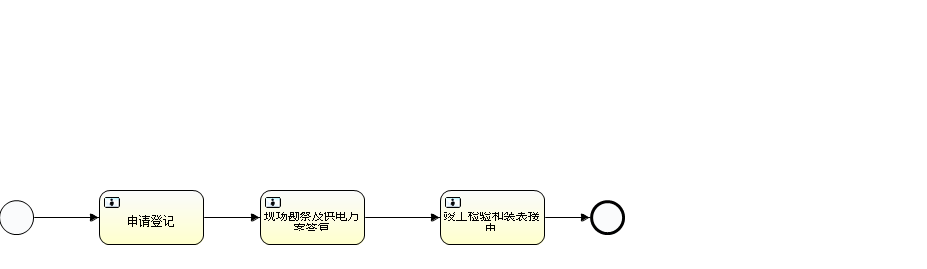
creSky/bem-server keeps this BPMN diagram as src/main/resources/processes/HighVoltageAddCapacity.png. Above is the earlier version. Its source is kept beside it as src/main/resources/processes/HighVoltageAddCapacity.bpmn. Ids are renumbered.
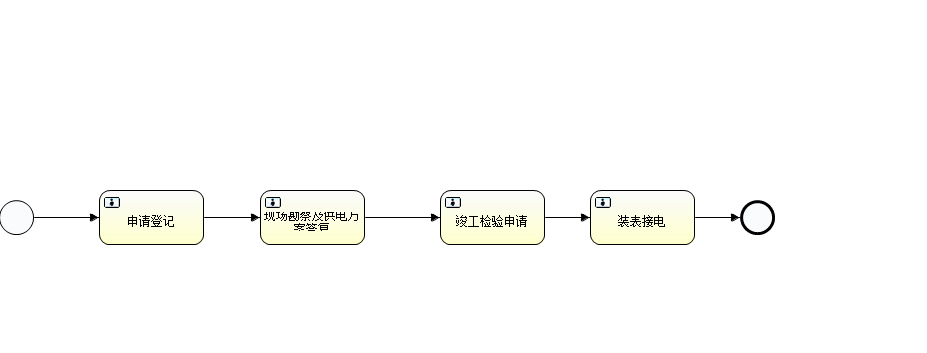
The same diagram one commit later.

What changed in the source:
```diff
@@ -1,14 +1,16 @@
 <definitions xmlns="http://www.omg.org/spec/BPMN/20100524/MODEL" xmlns:xsi="http://www.w3.org/2001/XMLSchema-instance" xmlns:activiti="http://activiti.org/bpmn" xmlns:bpmndi="http://www.omg.org/spec/BPMN/20100524/DI" xmlns:omgdc="http://www.omg.org/spec/DD/20100524/DC" xmlns:omgdi="http://www.omg.org/spec/DD/20100524/DI" xmlns:tns="http://www.activiti.org/HighVoltageNew" xmlns:xsd="http://www.w3.org/2001/XMLSchema" typeLanguage="http://www.w3.org/2001/XMLSchema" expressionLanguage="http://www.w3.org/1999/XPath" targetNamespace="http://www.activiti.org/HighVoltageNew">
-  <process id="HighVoltageAddCapacity" name="高压新装1.0" isExecutable="true" isClosed="false" processType="None">
+  <process id="HighVoltageAddCapacity" name="增容" isExecutable="true" isClosed="false" processType="None">
     <startEvent id="startevent1" name="开始"></startEvent>
     <userTask id="bem-f1-p1" name="申请登记" activiti:candidateGroups="10"></userTask>
     <sequenceFlow id="flow2" sourceRef="startevent1" targetRef="bem-f1-p1"></sequenceFlow>
     <userTask id="bem-f1-p19" name="现场勘察及供电方案答复" activiti:candidateGroups="10"></userTask>
     <sequenceFlow id="flow3" sourceRef="bem-f1-p1" targetRef="bem-f1-p19"></sequenceFlow>
-    <userTask id="bem-f1-p9" name="竣工检验和装表接电" activiti:candidateGroups="3"></userTask>
+    <userTask id="bem-f1-p9" name="竣工检验申请" activiti:candidateGroups="10"></userTask>
     <sequenceFlow id="flow4" sourceRef="bem-f1-p19" targetRef="bem-f1-p9"></sequenceFlow>
+    <userTask id="bem-f1-p23" name="装表接电" activiti:candidateGroups="10"></userTask>
+    <sequenceFlow id="flow5" sourceRef="bem-f1-p9" targetRef="bem-f1-p23"></sequenceFlow>
     <endEvent id="endevent1" name="End"></endEvent>
-    <sequenceFlow id="flow5" sourceRef="bem-f1-p9" targetRef="endevent1"></sequenceFlow>
+    <sequenceFlow id="flow6" sourceRef="bem-f1-p23" targetRef="endevent1"></sequenceFlow>
   </process>
   <bpmndi:BPMNDiagram id="BPMNDiagram_HighVoltageAddCapacity">
     <bpmndi:BPMNPlane bpmnElement="HighVoltageAddCapacity" id="BPMNPlane_HighVoltageAddCapacity">
@@ -24,8 +26,11 @@
       <bpmndi:BPMNShape bpmnElement="bem-f1-p9" id="BPMNShape_bem-f1-p9">
         <omgdc:Bounds height="55.0" width="105.0" x="440.0" y="190.0"></omgdc:Bounds>
       </bpmndi:BPMNShape>
+      <bpmndi:BPMNShape bpmnElement="bem-f1-p23" id="BPMNShape_bem-f1-p23">
+        <omgdc:Bounds height="55.0" width="105.0" x="590.0" y="190.0"></omgdc:Bounds>
+      </bpmndi:BPMNShape>
       <bpmndi:BPMNShape bpmnElement="endevent1" id="BPMNShape_endevent1">
-        <omgdc:Bounds height="35.0" width="35.0" x="590.0" y="200.0"></omgdc:Bounds>
+        <omgdc:Bounds height="35.0" width="35.0" x="740.0" y="200.0"></omgdc:Bounds>
       </bpmndi:BPMNShape>
       <bpmndi:BPMNEdge bpmnElement="flow2" id="BPMNEdge_flow2">
         <omgdi:waypoint x="34.0" y="217.0"></omgdi:waypoint>
@@ -43,6 +48,10 @@
         <omgdi:waypoint x="545.0" y="217.0"></omgdi:waypoint>
         <omgdi:waypoint x="590.0" y="217.0"></omgdi:waypoint>
       </bpmndi:BPMNEdge>
+      <bpmndi:BPMNEdge bpmnElement="flow6" id="BPMNEdge_flow6">
+        <omgdi:waypoint x="695.0" y="217.0"></omgdi:waypoint>
+        <omgdi:waypoint x="740.0" y="217.0"></omgdi:waypoint>
+      </bpmndi:BPMNEdge>
     </bpmndi:BPMNPlane>
   </bpmndi:BPMNDiagram>
 </definitions>
```
